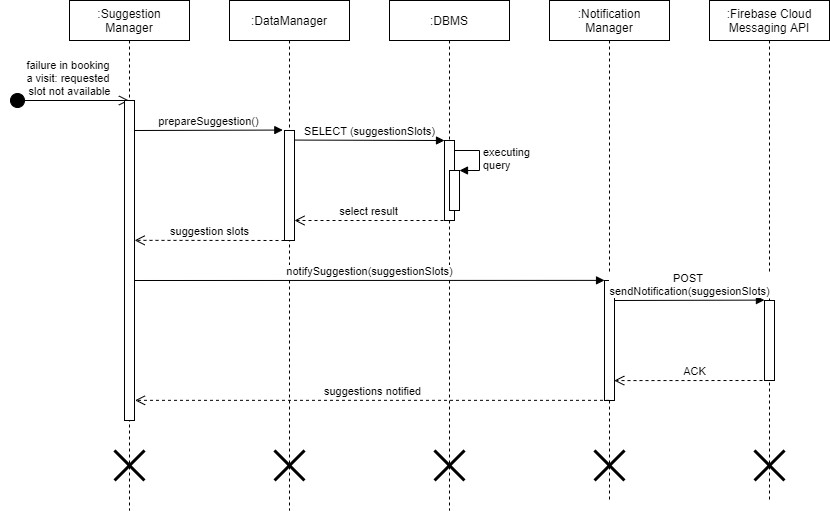
Above: DD/Runtime view diagram/suggestion mobile app.png in CosimoSguanci/SguanciSpataforaVergani-RASD-DD-ingsw2 (draw.io), before the change. Source tidied: cells renumbered, new cells last; positions are measured from the earlier drawing's top-left corner, leaving out a move shared by most shapes.
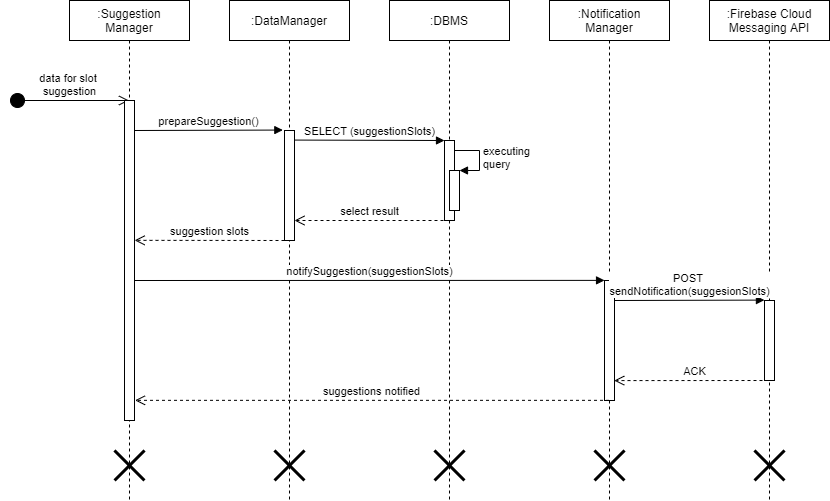
The same file after the commit.

Change to the diagram source:
```diff
@@ -3,7 +3,7 @@
     <mxCell id="0" />
     <mxCell id="1" parent="0" />
     <mxCell id="2" value=":Suggestion&lt;br&gt;Manager" style="shape=umlLifeline;perimeter=lifelinePerimeter;whiteSpace=wrap;html=1;" parent="1" vertex="1">
-      <mxGeometry x="60" width="120" height="510" as="geometry" />
+      <mxGeometry x="60" width="120" height="500" as="geometry" />
     </mxCell>
     <mxCell id="3" style="shape=umlDestroy;whiteSpace=wrap;html=1;strokeWidth=3;" parent="2" vertex="1">
       <mxGeometry x="45" y="450" width="30" height="30" as="geometry" />
@@ -12,15 +12,15 @@
       <mxGeometry x="540" width="120" height="500" as="geometry" />
     </mxCell>
     <mxCell id="5" value=":DataManager" style="shape=umlLifeline;perimeter=lifelinePerimeter;whiteSpace=wrap;html=1;" parent="1" vertex="1">
-      <mxGeometry x="220" width="120" height="510" as="geometry" />
+      <mxGeometry x="220" width="120" height="500" as="geometry" />
     </mxCell>
     <mxCell id="6" value=":DBMS" style="shape=umlLifeline;perimeter=lifelinePerimeter;whiteSpace=wrap;html=1;" parent="1" vertex="1">
-      <mxGeometry x="380" width="120" height="510" as="geometry" />
+      <mxGeometry x="380" width="120" height="500" as="geometry" />
     </mxCell>
     <mxCell id="7" value=":Firebase Cloud&lt;br&gt;Messaging API" style="shape=umlLifeline;perimeter=lifelinePerimeter;whiteSpace=wrap;html=1;" parent="1" vertex="1">
       <mxGeometry x="700" width="120" height="500" as="geometry" />
     </mxCell>
-    <mxCell id="8" value="failure in booking &lt;br&gt;a visit:&amp;nbsp;requested &lt;br&gt;slot not available" style="html=1;verticalAlign=bottom;startArrow=circle;startFill=1;endArrow=open;startSize=6;endSize=8;" parent="1" edge="1">
+    <mxCell id="8" value="data for slot &lt;br&gt;suggestion" style="html=1;verticalAlign=bottom;startArrow=circle;startFill=1;endArrow=open;startSize=6;endSize=8;" parent="1" edge="1">
       <mxGeometry relative="1" as="geometry">
         <mxPoint y="100" as="sourcePoint" />
         <mxPoint x="119.5" y="100" as="targetPoint" />
```
